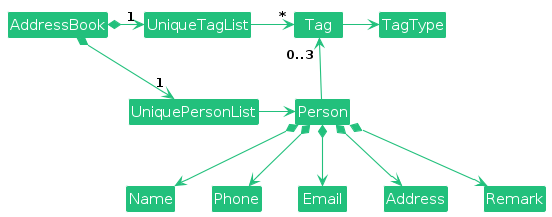
This is diagrams/BetterModelClassDiagram.png from AY2526S2-CS2103T-T15-1/tp, a PlantUML export, as it was before one commit. Its source is kept beside it as diagrams/BetterModelClassDiagram.puml.
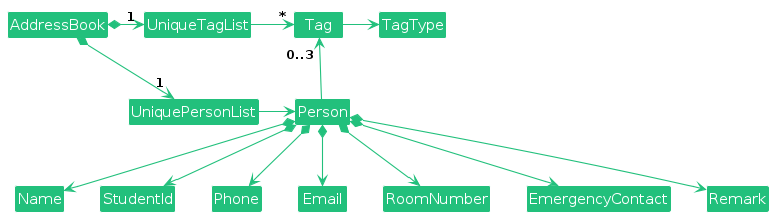
Later version of the same file.

Change to the diagram source:
```diff
@@ -15,9 +15,11 @@
 Person -up-> "0..3" Tag
 
 Person *--> Name
+Person *--> StudentId
 Person *--> Phone
 Person *--> Email
-Person *--> Address
+Person *--> RoomNumber
+Person *--> EmergencyContact
 Person *--> Remark
 Tag -right-> TagType
 @enduml
```
